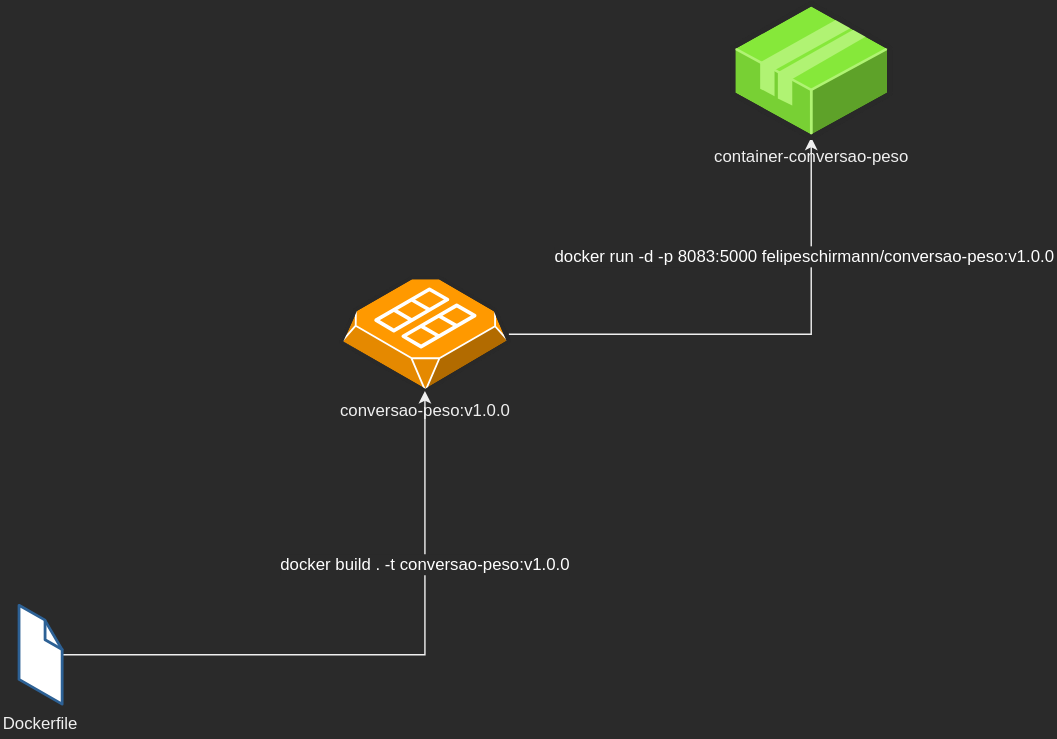
Above: imgs/conversao-doc-conversao-peso.drawio.svg in felipeschirmann/conversao-peso (draw.io), before the change. Source tidied: cells renumbered, new cells last; positions are measured from the earlier drawing's top-left corner, leaving out a move shared by most shapes.
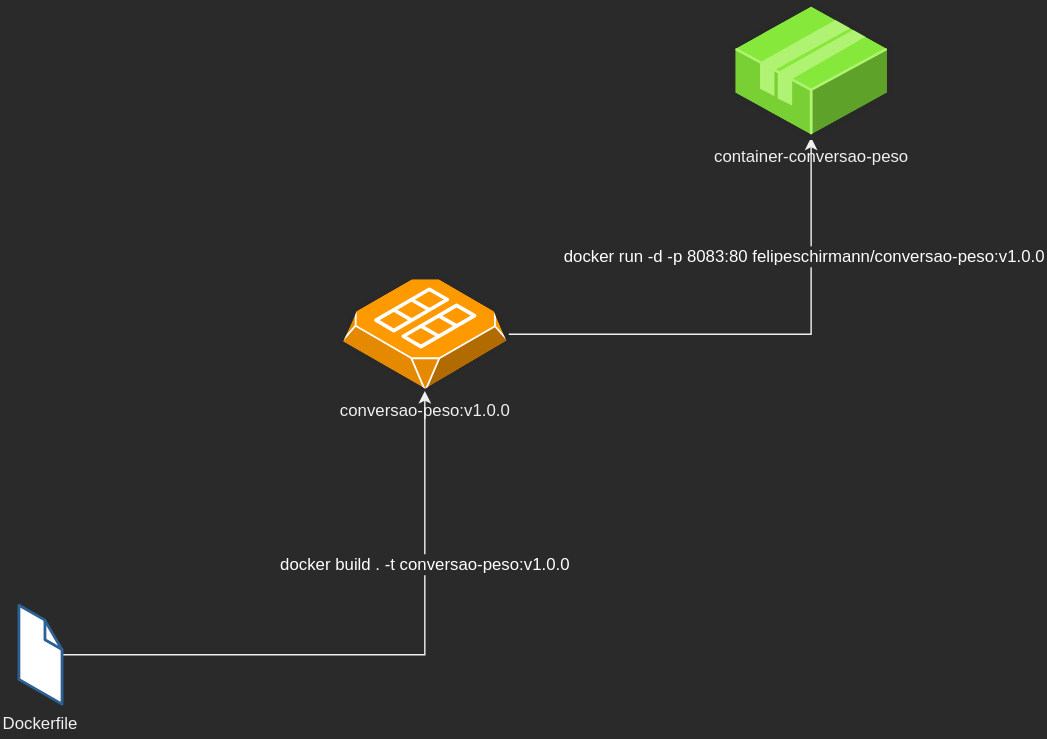
After the change.

What changed in the source:
```diff
@@ -10,7 +10,7 @@
         <mxPoint x="-82" y="-90" as="offset" />
       </mxGeometry>
     </mxCell>
-    <mxCell id="4" value="docker run -d -p 8083:5000 felipeschirmann/conversao-peso:v1.0.0" style="edgeLabel;html=1;align=center;verticalAlign=middle;fontSize=12;fontColor=#FFFFFF;" parent="2" vertex="1">
+    <mxCell id="4" value="docker run -d -p 8083:80 felipeschirmann/conversao-peso:v1.0.0" style="edgeLabel;html=1;align=center;verticalAlign=middle;fontSize=12;fontColor=#FFFFFF;" parent="2" vertex="1">
       <mxGeometry x="0.15" y="2" relative="1" as="geometry">
         <mxPoint x="4" y="-54" as="offset" />
       </mxGeometry>
```
